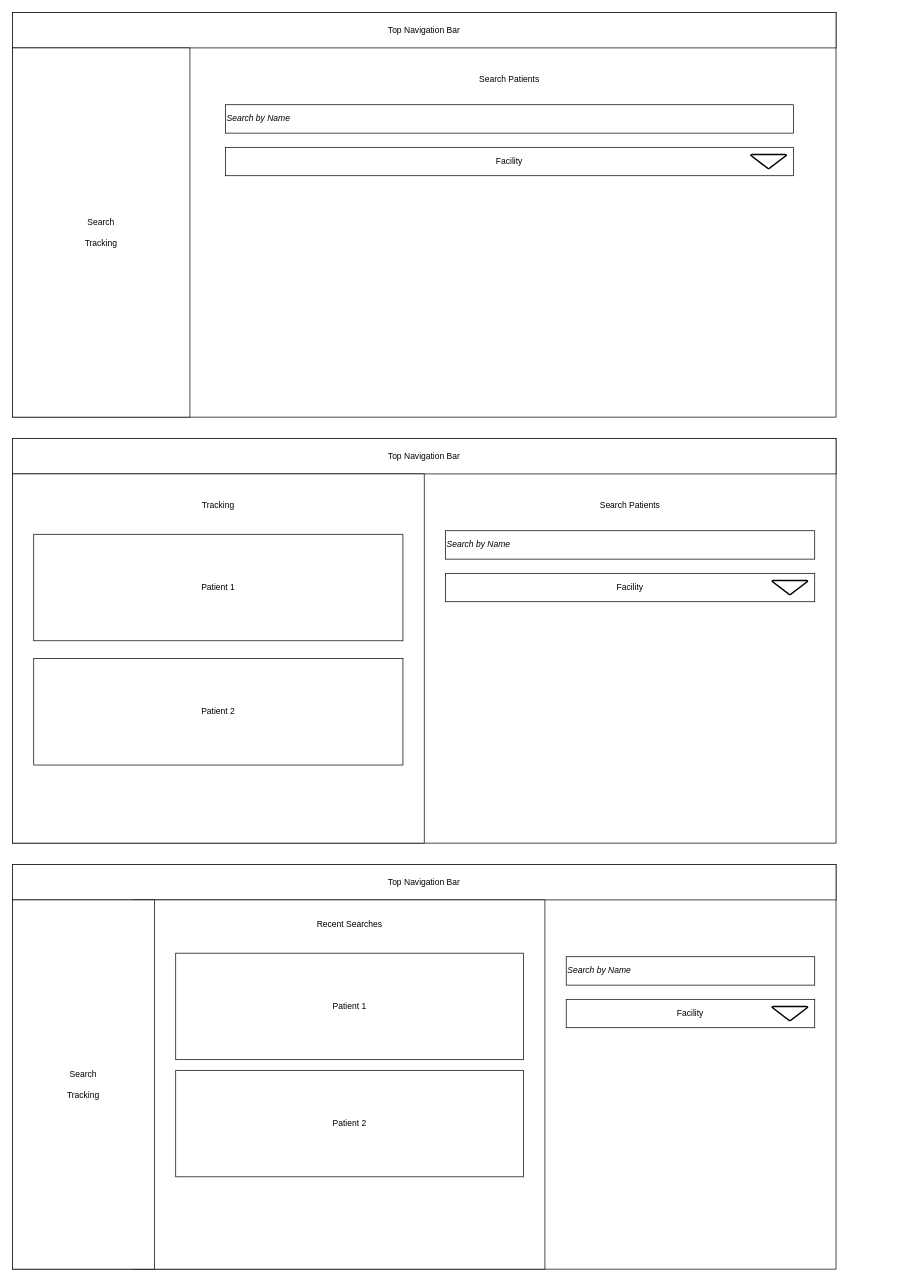
empty-works/plain-emrs-no-fw keeps this draw.io diagram as diagrams/PatientsJSP.drawio. Above is the earlier version. Source tidied: cells renumbered, new cells numbered last; positions are measured from the earlier drawing's top-left corner, leaving out a move shared by most shapes. Both pictures are drawn from the tidied source at 71%, with x=0, y=0 at pixel (12, 12).
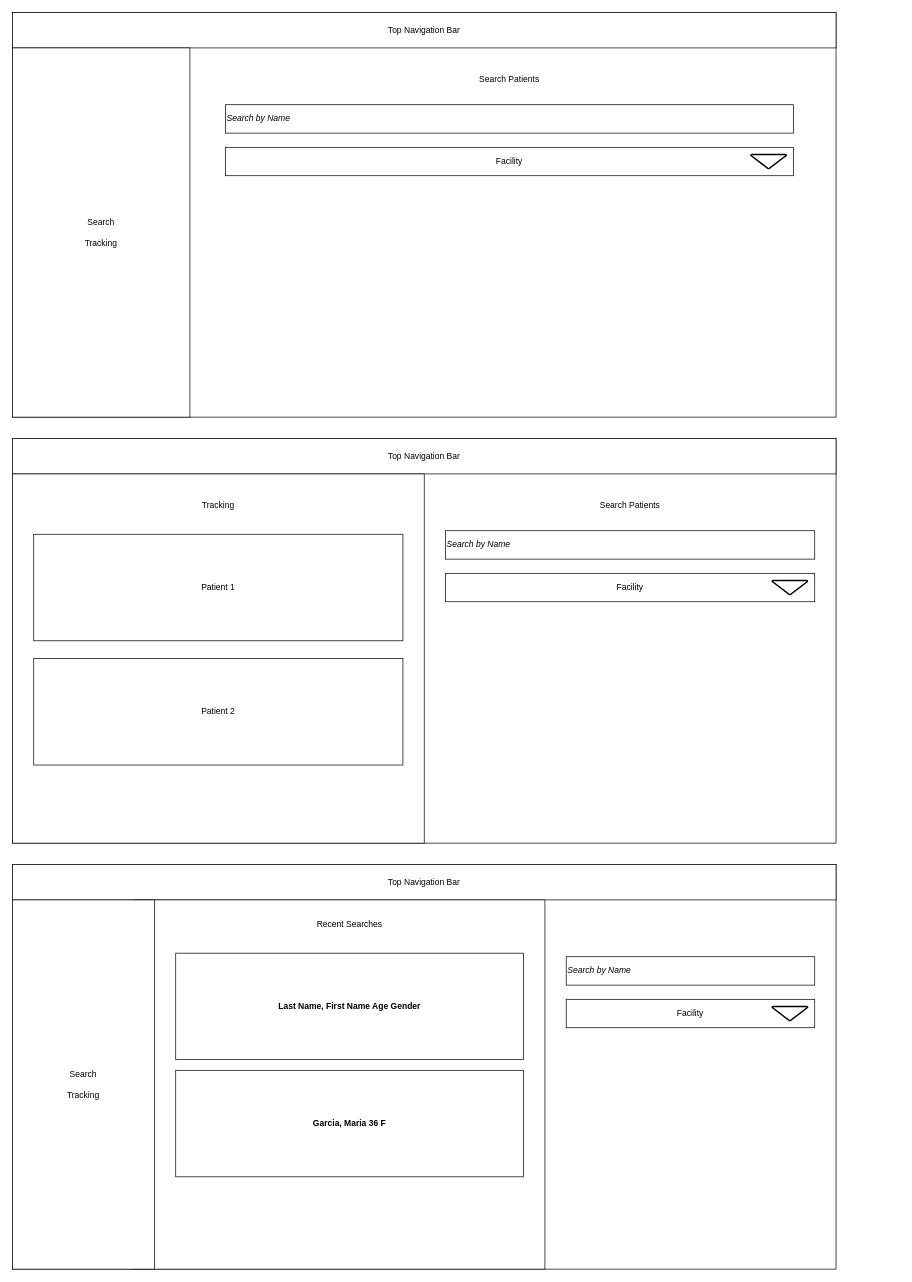
The same diagram, later.

Commit message:
Updated how patient identification is displayed.

What changed in the source:
```diff
@@
-    <mxCell id="26" value="Patient 1" style="rounded=0;whiteSpace=wrap;html=1;" parent="1" vertex="1">
+    <mxCell id="26" value="&lt;b&gt;Last Name, First Name Age Gender&lt;/b&gt;" style="rounded=0;whiteSpace=wrap;html=1;" parent="1" vertex="1">
       <mxGeometry x="230" y="1325" width="490" height="150" as="geometry" />
     </mxCell>
-    <mxCell id="27" value="Patient 2" style="rounded=0;whiteSpace=wrap;html=1;" parent="1" vertex="1">
+    <mxCell id="27" value="&lt;b&gt;Garcia, Maria 36 F&lt;/b&gt;" style="rounded=0;whiteSpace=wrap;html=1;" parent="1" vertex="1">
       <mxGeometry x="230" y="1490" width="490" height="150" as="geometry" />
     </mxCell>
```
